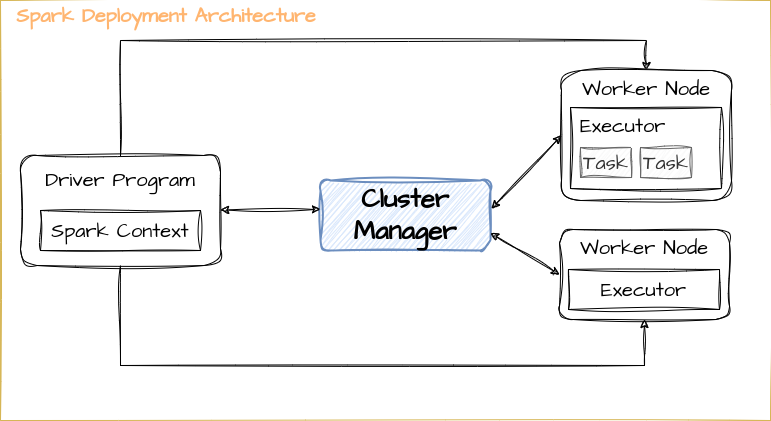
The draw.io diagram content/en/knowledgebase/bigdata/spark/spark-spark-deployment.drawio.png in mauvaisetroupe/architech, before a commit. Source tidied: cells renumbered, new cells last; positions are measured from the earlier drawing's top-left corner, leaving out a move shared by most shapes.
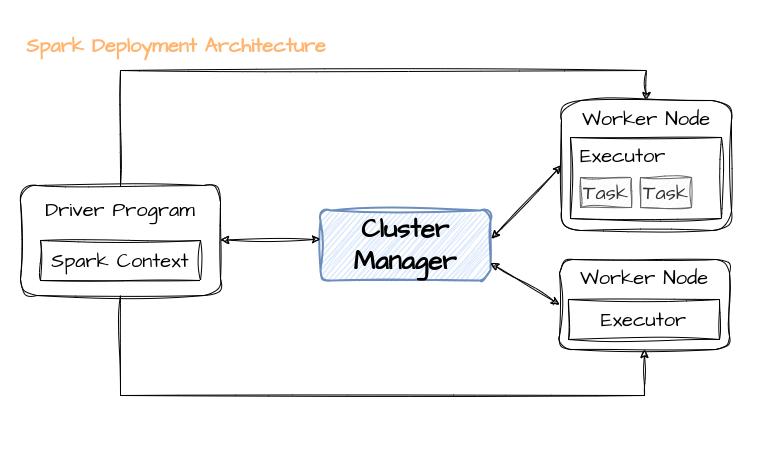
Later version of the same file.

Commit message:
spark hands-on

What changed in the source:
```diff
@@ -2,8 +2,8 @@
   <root>
     <mxCell id="0" />
     <mxCell id="1" parent="0" />
-    <mxCell id="2" style="rounded=0;whiteSpace=wrap;html=1;sketch=1;hachureGap=4;jiggle=2;curveFitting=1;fontFamily=Architects Daughter;fontSource=https%3A%2F%2Ffonts.googleapis.com%2Fcss%3Ffamily%3DArchitects%2BDaughter;fontSize=20;fillColor=none;strokeColor=#d6b656;" parent="1" vertex="1">
-      <mxGeometry width="770" height="420" as="geometry" />
+    <mxCell id="2" style="rounded=0;whiteSpace=wrap;html=1;sketch=1;hachureGap=4;jiggle=2;curveFitting=1;fontFamily=Architects Daughter;fontSource=https%3A%2F%2Ffonts.googleapis.com%2Fcss%3Ffamily%3DArchitects%2BDaughter;fontSize=20;fillColor=none;strokeColor=none;" parent="1" vertex="1">
+      <mxGeometry y="-30" width="770" height="470" as="geometry" />
     </mxCell>
     <mxCell id="3" style="edgeStyle=orthogonalEdgeStyle;rounded=0;sketch=1;hachureGap=4;jiggle=2;curveFitting=1;jettySize=auto;html=1;entryX=0.5;entryY=0;entryDx=0;entryDy=0;fontFamily=Architects Daughter;fontSource=https%3A%2F%2Ffonts.googleapis.com%2Fcss%3Ffamily%3DArchitects%2BDaughter;fontSize=16;exitX=0.5;exitY=0;exitDx=0;exitDy=0;" parent="1" edge="1" source="4" target="8">
       <mxGeometry relative="1" as="geometry">
@@ -58,7 +58,7 @@
       <mxGeometry x="640" y="147" width="51" height="30" as="geometry" />
     </mxCell>
     <mxCell id="17" value="Spark Deployment Architecture&amp;nbsp;" style="text;strokeColor=none;align=center;fillColor=none;html=1;verticalAlign=middle;whiteSpace=wrap;rounded=0;fontSize=20;fontFamily=Architects Daughter;fontColor=#FFB570;fontStyle=1;" parent="1" vertex="1">
-      <mxGeometry width="340" height="30" as="geometry" />
+      <mxGeometry x="10" width="340" height="30" as="geometry" />
     </mxCell>
   </root>
 </mxGraphModel>
```
